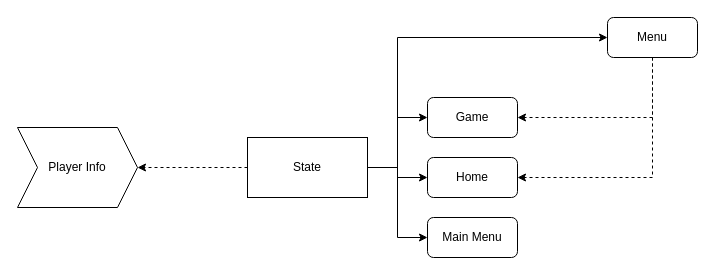
Earlier version of the draw.io diagram page "Structure" (1 of 4) of plan.drawio (Trentiumz/rts001). Source tidied: cells renumbered, new cells numbered last; positions are measured from the earlier drawing's top-left corner, leaving out a move shared by most shapes. Both pictures are drawn from the tidied source at 100%, with x=0, y=0 at pixel (17, 17).
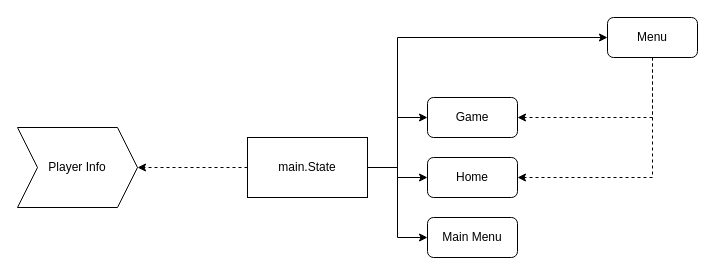
The same diagram, later.

The edit, as a diff of the source:
```diff
@@
 <mxGraphModel>
   <root>
     <mxCell id="0" />
     <mxCell id="1" parent="0" />
     <mxCell id="2" style="edgeStyle=orthogonalEdgeStyle;rounded=0;jettySize=auto;html=1;exitX=0;exitY=0.5;exitDx=0;exitDy=0;entryX=1;entryY=0.5;entryDx=0;entryDy=0;dashed=1;" parent="1" edge="1" source="7" target="8">
       <mxGeometry relative="1" as="geometry">
         <Array as="points">
           <mxPoint x="220" y="150" />
         </Array>
       </mxGeometry>
     </mxCell>
     <mxCell id="3" style="edgeStyle=orthogonalEdgeStyle;rounded=0;jettySize=auto;html=1;exitX=1;exitY=0.5;exitDx=0;exitDy=0;entryX=0;entryY=0.5;entryDx=0;entryDy=0;" parent="1" edge="1" source="7" target="11">
       <mxGeometry relative="1" as="geometry" />
     </mxCell>
     <mxCell id="4" style="edgeStyle=orthogonalEdgeStyle;rounded=0;jettySize=auto;html=1;exitX=1;exitY=0.5;exitDx=0;exitDy=0;entryX=0;entryY=0.5;entryDx=0;entryDy=0;" parent="1" edge="1" source="7" target="10">
       <mxGeometry relative="1" as="geometry" />
     </mxCell>
     <mxCell id="5" style="edgeStyle=orthogonalEdgeStyle;rounded=0;jettySize=auto;html=1;exitX=1;exitY=0.5;exitDx=0;exitDy=0;entryX=0;entryY=0.5;entryDx=0;entryDy=0;entryPerimeter=0;" parent="1" edge="1" source="7" target="9">
       <mxGeometry relative="1" as="geometry" />
     </mxCell>
     <mxCell id="6" style="edgeStyle=orthogonalEdgeStyle;rounded=0;jettySize=auto;html=1;exitX=1;exitY=0.5;exitDx=0;exitDy=0;entryX=0;entryY=0.5;entryDx=0;entryDy=0;" parent="1" edge="1" source="7" target="14">
       <mxGeometry relative="1" as="geometry">
         <Array as="points">
           <mxPoint x="380" y="150" />
           <mxPoint x="380" y="20" />
         </Array>
       </mxGeometry>
     </mxCell>
-    <mxCell id="7" value="State" style="rounded=0;whiteSpace=wrap;html=1;" parent="1" vertex="1">
+    <mxCell id="7" value="main.State" style="rounded=0;whiteSpace=wrap;html=1;" parent="1" vertex="1">
       <mxGeometry x="230" y="120" width="120" height="60" as="geometry" />
     </mxCell>
     <mxCell id="8" value="Player Info" style="shape=step;perimeter=stepPerimeter;whiteSpace=wrap;html=1;fixedSize=1;" parent="1" vertex="1">
       <mxGeometry y="110" width="120" height="80" as="geometry" />
     </mxCell>
     <mxCell id="9" value="Main Menu" style="rounded=1;whiteSpace=wrap;html=1;" parent="1" vertex="1">
       <mxGeometry x="410" y="200" width="90" height="40" as="geometry" />
     </mxCell>
     <mxCell id="10" value="Home" style="rounded=1;whiteSpace=wrap;html=1;" parent="1" vertex="1">
       <mxGeometry x="410" y="140" width="90" height="40" as="geometry" />
     </mxCell>
     <mxCell id="11" value="Game" style="rounded=1;whiteSpace=wrap;html=1;" parent="1" vertex="1">
       <mxGeometry x="410" y="80" width="90" height="40" as="geometry" />
     </mxCell>
     <mxCell id="12" style="edgeStyle=orthogonalEdgeStyle;rounded=0;jettySize=auto;html=1;exitX=0.5;exitY=1;exitDx=0;exitDy=0;entryX=1;entryY=0.5;entryDx=0;entryDy=0;dashed=1;" parent="1" edge="1" source="14" target="11">
       <mxGeometry relative="1" as="geometry" />
     </mxCell>
     <mxCell id="13" style="edgeStyle=orthogonalEdgeStyle;rounded=0;jettySize=auto;html=1;exitX=0.5;exitY=1;exitDx=0;exitDy=0;entryX=1;entryY=0.5;entryDx=0;entryDy=0;dashed=1;" parent="1" edge="1" source="14" target="10">
       <mxGeometry relative="1" as="geometry" />
     </mxCell>
     <mxCell id="14" value="Menu" style="rounded=1;whiteSpace=wrap;html=1;" parent="1" vertex="1">
       <mxGeometry x="590" width="90" height="40" as="geometry" />
     </mxCell>
   </root>
 </mxGraphModel>
```
